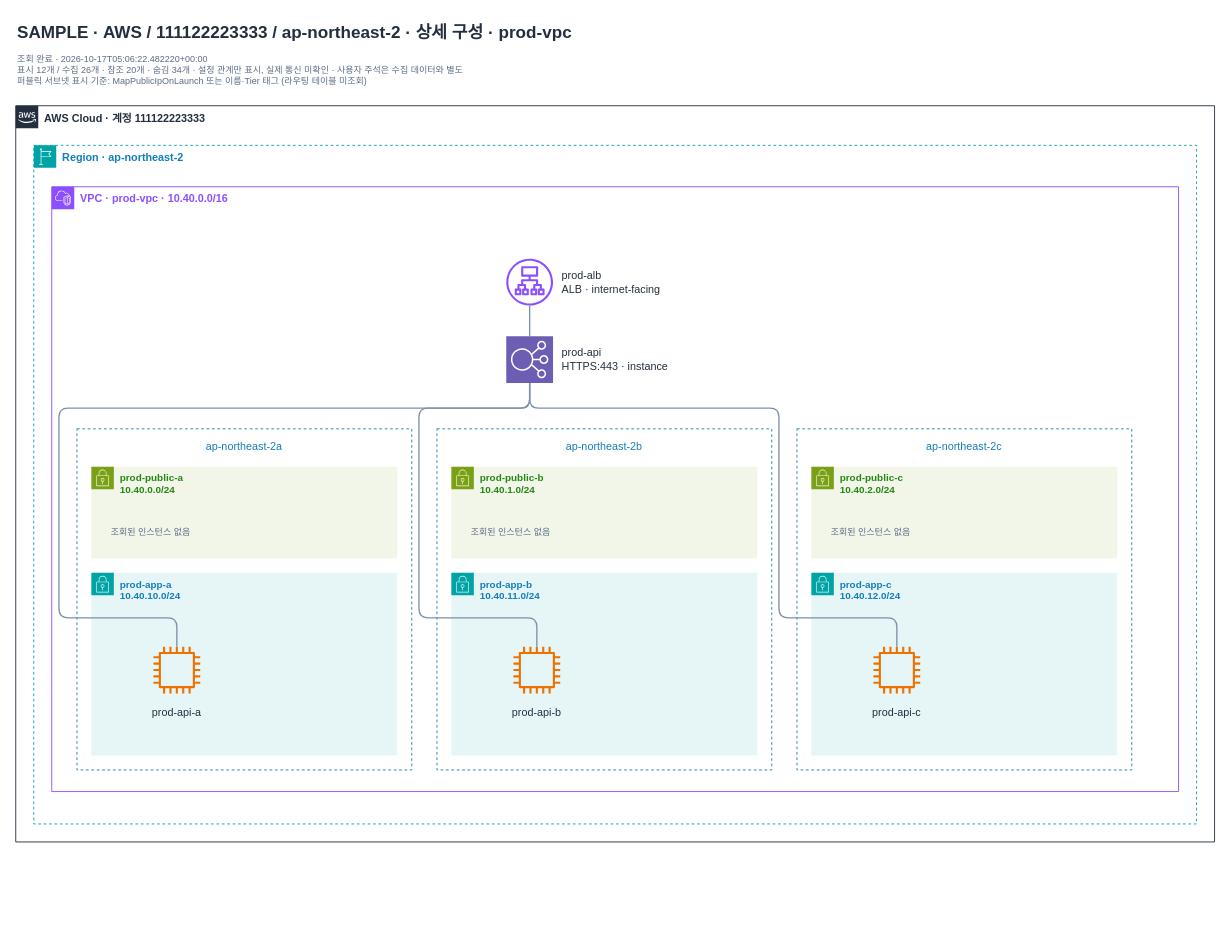
Earlier version of the draw.io diagram page "vpc-prod0000000000004" (2 of 4) of examples/samples/environments/topology.drawio (men16922/diagram-bot). Source tidied: cells renumbered, new cells numbered last; positions are measured from the earlier drawing's top-left corner, leaving out a move shared by most shapes. Both pictures are drawn from the tidied source at 90%, with x=0, y=0 at pixel (15, 15).
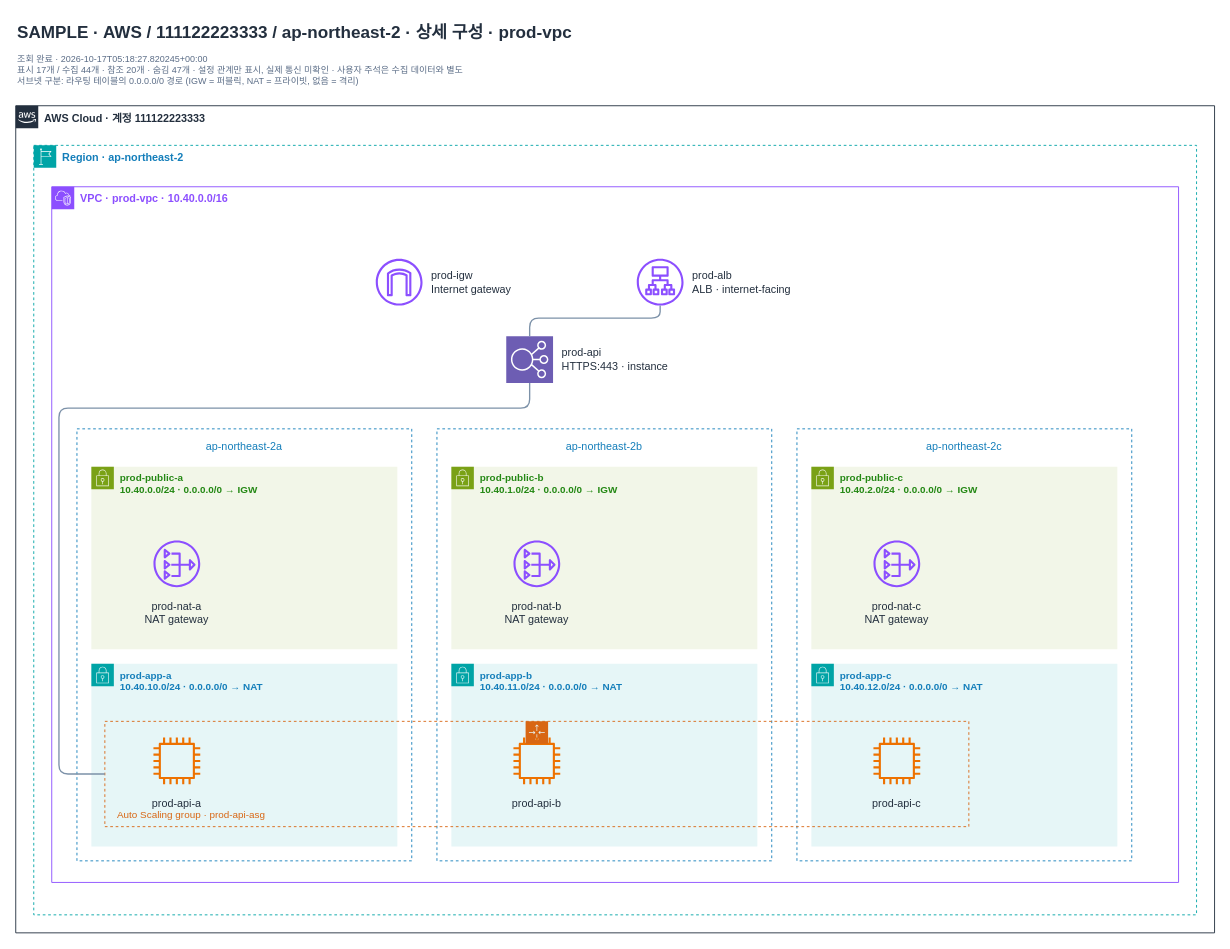
The same page after the edit.

Unchanged cells that the change refers to:
```xml
<mxCell id="8" value="prod-api&#10;HTTPS:443 · instance" style="html=0;fontFamily=Arial;fontSize=12;fontColor=#232F3E;whiteSpace=wrap;labelWidth=170;labelPosition=right;verticalLabelPosition=middle;align=left;verticalAlign=middle;spacingLeft=8;shape=mxgraph.aws4.resourceIcon;resIcon=mxgraph.aws4.elastic_load_balancing;fillColor=#6D5DB3;strokeColor=#FFFFFF;gradientColor=none;" parent="6" vertex="1">
  <mxGeometry x="505" y="166" width="52" height="52" as="geometry" />
</mxCell>
<mxCell id="13" value="prod-api-a" style="html=0;fontFamily=Arial;fontSize=12;fontColor=#232F3E;whiteSpace=wrap;labelWidth=140;align=center;verticalLabelPosition=bottom;verticalAlign=top;spacingTop=8;shape=mxgraph.aws4.instance2;fillColor=#ED7100;strokeColor=none;gradientColor=none;outlineConnect=0;" parent="12" vertex="1">
  <mxGeometry x="69" y="82" width="52" height="52" as="geometry" />
</mxCell>
<mxCell id="18" value="prod-api-b" style="html=0;fontFamily=Arial;fontSize=12;fontColor=#232F3E;whiteSpace=wrap;labelWidth=140;align=center;verticalLabelPosition=bottom;verticalAlign=top;spacingTop=8;shape=mxgraph.aws4.instance2;fillColor=#ED7100;strokeColor=none;gradientColor=none;outlineConnect=0;" parent="17" vertex="1">
  <mxGeometry x="69" y="82" width="52" height="52" as="geometry" />
</mxCell>
<mxCell id="23" value="prod-api-c" style="html=0;fontFamily=Arial;fontSize=12;fontColor=#232F3E;whiteSpace=wrap;labelWidth=140;align=center;verticalLabelPosition=bottom;verticalAlign=top;spacingTop=8;shape=mxgraph.aws4.instance2;fillColor=#ED7100;strokeColor=none;gradientColor=none;outlineConnect=0;" parent="22" vertex="1">
  <mxGeometry x="69" y="82" width="52" height="52" as="geometry" />
</mxCell>
```

Change to the diagram source:
```diff
@@
-    <mxCell id="3" value="조회 완료 · 2026-10-17T05:06:22.482220+00:00&#10;표시 12개 / 수집 26개 · 참조 20개 · 숨김 34개 · 설정 관계만 표시, 실제 통신 미확인 · 사용자 주석은 수집 데이터와 별도&#10;퍼블릭 서브넷 표시 기준: MapPublicIpOnLaunch 또는 이름·Tier 태그 (라우팅 테이블 미조회)" style="html=0;fontFamily=Arial;fontSize=12;fontColor=#232F3E;text;align=left;verticalAlign=top;whiteSpace=wrap;fontSize=10;fontColor=#5A6C86;strokeColor=none;fillColor=none;" parent="1" vertex="1">
+    <mxCell id="3" value="조회 완료 · 2026-10-17T05:18:27.820245+00:00&#10;표시 17개 / 수집 44개 · 참조 20개 · 숨김 47개 · 설정 관계만 표시, 실제 통신 미확인 · 사용자 주석은 수집 데이터와 별도&#10;서브넷 구분: 라우팅 테이블의 0.0.0.0/0 경로 (IGW = 퍼블릭, NAT = 프라이빗, 없음 = 격리)" style="html=0;fontFamily=Arial;fontSize=12;fontColor=#232F3E;text;align=left;verticalAlign=top;whiteSpace=wrap;fontSize=10;fontColor=#5A6C86;strokeColor=none;fillColor=none;" parent="1" vertex="1">
       <mxGeometry y="36" width="960" height="42" as="geometry" />
     </mxCell>
     <mxCell id="4" value="AWS Cloud · 계정 111122223333" style="html=0;fontFamily=Arial;fontSize=12;fontColor=#232F3E;gradientColor=none;whiteSpace=wrap;fontStyle=1;shape=mxgraph.aws4.group;verticalAlign=top;align=left;spacingLeft=30;grIcon=mxgraph.aws4.group_aws_cloud_alt;strokeColor=#232F3E;fillColor=none;fontColor=#232F3E;dashed=0;" parent="1" vertex="1">
-      <mxGeometry y="100" width="1332" height="818" as="geometry" />
+      <mxGeometry y="100" width="1332" height="919" as="geometry" />
     </mxCell>
     <mxCell id="5" value="Region · ap-northeast-2" style="html=0;fontFamily=Arial;fontSize=12;fontColor=#232F3E;gradientColor=none;whiteSpace=wrap;fontStyle=1;shape=mxgraph.aws4.group;verticalAlign=top;align=left;spacingLeft=30;grIcon=mxgraph.aws4.group_region;strokeColor=#00A4A6;fillColor=none;fontColor=#147EBA;dashed=1;" parent="4" vertex="1">
-      <mxGeometry x="20" y="44" width="1292" height="754" as="geometry" />
+      <mxGeometry x="20" y="44" width="1292" height="855" as="geometry" />
     </mxCell>
     <mxCell id="6" value="VPC  ·  prod-vpc  ·  10.40.0.0/16" style="html=0;fontFamily=Arial;fontSize=12;fontColor=#232F3E;gradientColor=none;whiteSpace=wrap;fontStyle=1;shape=mxgraph.aws4.group;verticalAlign=top;align=left;spacingLeft=30;grIcon=mxgraph.aws4.group_vpc2;strokeColor=#8C4FFF;fillColor=none;fontColor=#8C4FFF;dashed=0;" parent="5" vertex="1">
-      <mxGeometry x="20" y="46" width="1252" height="672" as="geometry" />
+      <mxGeometry x="20" y="46" width="1252" height="773" as="geometry" />
     </mxCell>
+    <mxCell id="28" value="prod-igw&#10;Internet gateway" style="html=0;fontFamily=Arial;fontSize=12;fontColor=#232F3E;whiteSpace=wrap;labelWidth=170;labelPosition=right;verticalLabelPosition=middle;align=left;verticalAlign=middle;spacingLeft=8;shape=mxgraph.aws4.internet_gateway;fillColor=#8C4FFF;strokeColor=none;gradientColor=none;" parent="6" vertex="1">
+      <mxGeometry x="360" y="80" width="52" height="52" as="geometry" />
+    </mxCell>
     <mxCell id="7" value="prod-alb&#10;ALB · internet-facing" style="html=0;fontFamily=Arial;fontSize=12;fontColor=#232F3E;whiteSpace=wrap;labelWidth=170;labelPosition=right;verticalLabelPosition=middle;align=left;verticalAlign=middle;spacingLeft=8;shape=mxgraph.aws4.application_load_balancer;fillColor=#8C4FFF;strokeColor=none;gradientColor=none;outlineConnect=0;" parent="6" vertex="1">
-      <mxGeometry x="505" y="80" width="52" height="52" as="geometry" />
+      <mxGeometry x="650" y="80" width="52" height="52" as="geometry" />
     </mxCell>
@@
     <mxCell id="9" value="ap-northeast-2a" style="html=0;fontFamily=Arial;fontSize=12;fontColor=#232F3E;whiteSpace=wrap;verticalAlign=top;fontStyle=0;fillColor=none;strokeColor=#147EBA;dashed=1;fontColor=#147EBA;align=center;spacingTop=6;" parent="6" vertex="1">
-      <mxGeometry x="28" y="269" width="372" height="379" as="geometry" />
+      <mxGeometry x="28" y="269" width="372" height="480" as="geometry" />
     </mxCell>
-    <mxCell id="10" value="prod-public-a&#10;10.40.0.0/24" style="html=0;fontFamily=Arial;fontSize=12;fontColor=#232F3E;gradientColor=none;whiteSpace=wrap;fontStyle=1;shape=mxgraph.aws4.group;verticalAlign=top;align=left;spacingLeft=30;grIcon=mxgraph.aws4.group_security_group;grStroke=0;strokeColor=#7AA116;fillColor=#F2F6E8;fontColor=#248814;dashed=0;fontSize=11;" parent="9" vertex="1">
-      <mxGeometry x="16" y="42" width="340" height="102" as="geometry" />
+    <mxCell id="10" value="prod-public-a&#10;10.40.0.0/24 · 0.0.0.0/0 → IGW" style="html=0;fontFamily=Arial;fontSize=12;fontColor=#232F3E;gradientColor=none;whiteSpace=wrap;fontStyle=1;shape=mxgraph.aws4.group;verticalAlign=top;align=left;spacingLeft=30;grIcon=mxgraph.aws4.group_security_group;grStroke=0;strokeColor=#7AA116;fillColor=#F2F6E8;fontColor=#248814;dashed=0;fontSize=11;" parent="9" vertex="1">
+      <mxGeometry x="16" y="42" width="340" height="203" as="geometry" />
     </mxCell>
-    <mxCell id="11" value="조회된 인스턴스 없음" style="html=0;fontFamily=Arial;fontSize=12;fontColor=#232F3E;text;align=left;verticalAlign=top;whiteSpace=wrap;fontSize=10;fontColor=#5A6C86;strokeColor=none;fillColor=none;" parent="10" vertex="1">
-      <mxGeometry x="20" y="60" width="300" height="30" as="geometry" />
-    </mxCell>
+    <mxCell id="29" value="prod-nat-a&#10;NAT gateway" style="html=0;fontFamily=Arial;fontSize=12;fontColor=#232F3E;whiteSpace=wrap;labelWidth=140;align=center;verticalLabelPosition=bottom;verticalAlign=top;spacingTop=8;shape=mxgraph.aws4.nat_gateway;fillColor=#8C4FFF;strokeColor=none;gradientColor=none;" parent="10" vertex="1">
+      <mxGeometry x="69" y="82" width="52" height="52" as="geometry" />
+    </mxCell>
-    <mxCell id="12" value="prod-app-a&#10;10.40.10.0/24" style="html=0;fontFamily=Arial;fontSize=12;fontColor=#232F3E;gradientColor=none;whiteSpace=wrap;fontStyle=1;shape=mxgraph.aws4.group;verticalAlign=top;align=left;spacingLeft=30;grIcon=mxgraph.aws4.group_security_group;grStroke=0;strokeColor=#00A4A6;fillColor=#E6F6F7;fontColor=#147EBA;dashed=0;fontSize=11;" parent="9" vertex="1">
-      <mxGeometry x="16" y="160" width="340" height="203" as="geometry" />
+    <mxCell id="12" value="prod-app-a&#10;10.40.10.0/24 · 0.0.0.0/0 → NAT" style="html=0;fontFamily=Arial;fontSize=12;fontColor=#232F3E;gradientColor=none;whiteSpace=wrap;fontStyle=1;shape=mxgraph.aws4.group;verticalAlign=top;align=left;spacingLeft=30;grIcon=mxgraph.aws4.group_security_group;grStroke=0;strokeColor=#00A4A6;fillColor=#E6F6F7;fontColor=#147EBA;dashed=0;fontSize=11;" parent="9" vertex="1">
+      <mxGeometry x="16" y="261" width="340" height="203" as="geometry" />
     </mxCell>
@@
     <mxCell id="14" value="ap-northeast-2b" style="html=0;fontFamily=Arial;fontSize=12;fontColor=#232F3E;whiteSpace=wrap;verticalAlign=top;fontStyle=0;fillColor=none;strokeColor=#147EBA;dashed=1;fontColor=#147EBA;align=center;spacingTop=6;" parent="6" vertex="1">
-      <mxGeometry x="428" y="269" width="372" height="379" as="geometry" />
+      <mxGeometry x="428" y="269" width="372" height="480" as="geometry" />
     </mxCell>
-    <mxCell id="15" value="prod-public-b&#10;10.40.1.0/24" style="html=0;fontFamily=Arial;fontSize=12;fontColor=#232F3E;gradientColor=none;whiteSpace=wrap;fontStyle=1;shape=mxgraph.aws4.group;verticalAlign=top;align=left;spacingLeft=30;grIcon=mxgraph.aws4.group_security_group;grStroke=0;strokeColor=#7AA116;fillColor=#F2F6E8;fontColor=#248814;dashed=0;fontSize=11;" parent="14" vertex="1">
-      <mxGeometry x="16" y="42" width="340" height="102" as="geometry" />
+    <mxCell id="15" value="prod-public-b&#10;10.40.1.0/24 · 0.0.0.0/0 → IGW" style="html=0;fontFamily=Arial;fontSize=12;fontColor=#232F3E;gradientColor=none;whiteSpace=wrap;fontStyle=1;shape=mxgraph.aws4.group;verticalAlign=top;align=left;spacingLeft=30;grIcon=mxgraph.aws4.group_security_group;grStroke=0;strokeColor=#7AA116;fillColor=#F2F6E8;fontColor=#248814;dashed=0;fontSize=11;" parent="14" vertex="1">
+      <mxGeometry x="16" y="42" width="340" height="203" as="geometry" />
     </mxCell>
-    <mxCell id="16" value="조회된 인스턴스 없음" style="html=0;fontFamily=Arial;fontSize=12;fontColor=#232F3E;text;align=left;verticalAlign=top;whiteSpace=wrap;fontSize=10;fontColor=#5A6C86;strokeColor=none;fillColor=none;" parent="15" vertex="1">
-      <mxGeometry x="20" y="60" width="300" height="30" as="geometry" />
-    </mxCell>
+    <mxCell id="30" value="prod-nat-b&#10;NAT gateway" style="html=0;fontFamily=Arial;fontSize=12;fontColor=#232F3E;whiteSpace=wrap;labelWidth=140;align=center;verticalLabelPosition=bottom;verticalAlign=top;spacingTop=8;shape=mxgraph.aws4.nat_gateway;fillColor=#8C4FFF;strokeColor=none;gradientColor=none;" parent="15" vertex="1">
+      <mxGeometry x="69" y="82" width="52" height="52" as="geometry" />
+    </mxCell>
-    <mxCell id="17" value="prod-app-b&#10;10.40.11.0/24" style="html=0;fontFamily=Arial;fontSize=12;fontColor=#232F3E;gradientColor=none;whiteSpace=wrap;fontStyle=1;shape=mxgraph.aws4.group;verticalAlign=top;align=left;spacingLeft=30;grIcon=mxgraph.aws4.group_security_group;grStroke=0;strokeColor=#00A4A6;fillColor=#E6F6F7;fontColor=#147EBA;dashed=0;fontSize=11;" parent="14" vertex="1">
-      <mxGeometry x="16" y="160" width="340" height="203" as="geometry" />
+    <mxCell id="17" value="prod-app-b&#10;10.40.11.0/24 · 0.0.0.0/0 → NAT" style="html=0;fontFamily=Arial;fontSize=12;fontColor=#232F3E;gradientColor=none;whiteSpace=wrap;fontStyle=1;shape=mxgraph.aws4.group;verticalAlign=top;align=left;spacingLeft=30;grIcon=mxgraph.aws4.group_security_group;grStroke=0;strokeColor=#00A4A6;fillColor=#E6F6F7;fontColor=#147EBA;dashed=0;fontSize=11;" parent="14" vertex="1">
+      <mxGeometry x="16" y="261" width="340" height="203" as="geometry" />
     </mxCell>
@@
     <mxCell id="19" value="ap-northeast-2c" style="html=0;fontFamily=Arial;fontSize=12;fontColor=#232F3E;whiteSpace=wrap;verticalAlign=top;fontStyle=0;fillColor=none;strokeColor=#147EBA;dashed=1;fontColor=#147EBA;align=center;spacingTop=6;" parent="6" vertex="1">
-      <mxGeometry x="828" y="269" width="372" height="379" as="geometry" />
+      <mxGeometry x="828" y="269" width="372" height="480" as="geometry" />
     </mxCell>
-    <mxCell id="20" value="prod-public-c&#10;10.40.2.0/24" style="html=0;fontFamily=Arial;fontSize=12;fontColor=#232F3E;gradientColor=none;whiteSpace=wrap;fontStyle=1;shape=mxgraph.aws4.group;verticalAlign=top;align=left;spacingLeft=30;grIcon=mxgraph.aws4.group_security_group;grStroke=0;strokeColor=#7AA116;fillColor=#F2F6E8;fontColor=#248814;dashed=0;fontSize=11;" parent="19" vertex="1">
-      <mxGeometry x="16" y="42" width="340" height="102" as="geometry" />
+    <mxCell id="20" value="prod-public-c&#10;10.40.2.0/24 · 0.0.0.0/0 → IGW" style="html=0;fontFamily=Arial;fontSize=12;fontColor=#232F3E;gradientColor=none;whiteSpace=wrap;fontStyle=1;shape=mxgraph.aws4.group;verticalAlign=top;align=left;spacingLeft=30;grIcon=mxgraph.aws4.group_security_group;grStroke=0;strokeColor=#7AA116;fillColor=#F2F6E8;fontColor=#248814;dashed=0;fontSize=11;" parent="19" vertex="1">
+      <mxGeometry x="16" y="42" width="340" height="203" as="geometry" />
     </mxCell>
-    <mxCell id="21" value="조회된 인스턴스 없음" style="html=0;fontFamily=Arial;fontSize=12;fontColor=#232F3E;text;align=left;verticalAlign=top;whiteSpace=wrap;fontSize=10;fontColor=#5A6C86;strokeColor=none;fillColor=none;" parent="20" vertex="1">
-      <mxGeometry x="20" y="60" width="300" height="30" as="geometry" />
-    </mxCell>
+    <mxCell id="31" value="prod-nat-c&#10;NAT gateway" style="html=0;fontFamily=Arial;fontSize=12;fontColor=#232F3E;whiteSpace=wrap;labelWidth=140;align=center;verticalLabelPosition=bottom;verticalAlign=top;spacingTop=8;shape=mxgraph.aws4.nat_gateway;fillColor=#8C4FFF;strokeColor=none;gradientColor=none;" parent="20" vertex="1">
+      <mxGeometry x="69" y="82" width="52" height="52" as="geometry" />
+    </mxCell>
-    <mxCell id="22" value="prod-app-c&#10;10.40.12.0/24" style="html=0;fontFamily=Arial;fontSize=12;fontColor=#232F3E;gradientColor=none;whiteSpace=wrap;fontStyle=1;shape=mxgraph.aws4.group;verticalAlign=top;align=left;spacingLeft=30;grIcon=mxgraph.aws4.group_security_group;grStroke=0;strokeColor=#00A4A6;fillColor=#E6F6F7;fontColor=#147EBA;dashed=0;fontSize=11;" parent="19" vertex="1">
-      <mxGeometry x="16" y="160" width="340" height="203" as="geometry" />
+    <mxCell id="22" value="prod-app-c&#10;10.40.12.0/24 · 0.0.0.0/0 → NAT" style="html=0;fontFamily=Arial;fontSize=12;fontColor=#232F3E;gradientColor=none;whiteSpace=wrap;fontStyle=1;shape=mxgraph.aws4.group;verticalAlign=top;align=left;spacingLeft=30;grIcon=mxgraph.aws4.group_security_group;grStroke=0;strokeColor=#00A4A6;fillColor=#E6F6F7;fontColor=#147EBA;dashed=0;fontSize=11;" parent="19" vertex="1">
+      <mxGeometry x="16" y="261" width="340" height="203" as="geometry" />
     </mxCell>
@@
-    <mxCell id="24" style="exitX=0.5;exitY=1;entryX=0.500;entryY=0;edgeStyle=orthogonalEdgeStyle;rounded=1;html=0;fontFamily=Arial;fontSize=9;fontColor=#536A82;strokeColor=#7C91A8;strokeWidth=1.5;endArrow=none;labelBackgroundColor=#FFFFFF;" parent="1" edge="1" source="8" target="18">
-      <mxGeometry relative="1" as="geometry">
-        <Array as="points">
-          <mxPoint x="571" y="436" />
-          <mxPoint x="448" y="436" />
-          <mxPoint x="448" y="669" />
-          <mxPoint x="579" y="669" />
-        </Array>
-      </mxGeometry>
-    </mxCell>
-    <mxCell id="25" style="exitX=0.5;exitY=1;entryX=0.500;entryY=0;edgeStyle=orthogonalEdgeStyle;rounded=1;html=0;fontFamily=Arial;fontSize=9;fontColor=#536A82;strokeColor=#7C91A8;strokeWidth=1.5;endArrow=none;labelBackgroundColor=#FFFFFF;" parent="1" edge="1" source="8" target="23">
-      <mxGeometry relative="1" as="geometry">
-        <Array as="points">
-          <mxPoint x="571" y="436" />
-          <mxPoint x="848" y="436" />
-          <mxPoint x="848" y="669" />
-          <mxPoint x="979" y="669" />
-        </Array>
-      </mxGeometry>
-    </mxCell>
+    <mxCell id="32" value="Auto Scaling group · prod-api-asg" style="html=0;fontFamily=Arial;fontSize=12;fontColor=#232F3E;outlineConnect=0;gradientColor=none;whiteSpace=wrap;shape=mxgraph.aws4.groupCenter;grIcon=mxgraph.aws4.group_auto_scaling_group;grStroke=1;strokeColor=#D86613;fillColor=none;fontColor=#D86613;dashed=1;align=left;spacingLeft=12;verticalAlign=bottom;spacingBottom=4;fontSize=11;" parent="6" vertex="1">
+      <mxGeometry x="59" y="594" width="960" height="117" as="geometry" />
+    </mxCell>
+    <mxCell id="33" style="exitX=0;exitY=0.500;entryX=0.5;entryY=1;edgeStyle=orthogonalEdgeStyle;rounded=1;html=0;fontFamily=Arial;fontSize=9;fontColor=#536A82;strokeColor=#7C91A8;strokeWidth=1.5;endArrow=none;labelBackgroundColor=#FFFFFF;" parent="1" edge="1" source="32" target="8">
+      <mxGeometry relative="1" as="geometry">
+        <Array as="points">
+          <mxPoint x="48" y="842.5" />
+          <mxPoint x="48" y="436" />
+          <mxPoint x="571" y="436" />
+        </Array>
+      </mxGeometry>
+    </mxCell>
     <mxCell id="26" style="exitX=0.5;exitY=0;entryX=0.5;entryY=1;edgeStyle=orthogonalEdgeStyle;rounded=1;html=0;fontFamily=Arial;fontSize=9;fontColor=#536A82;strokeColor=#7C91A8;strokeWidth=1.5;endArrow=none;labelBackgroundColor=#FFFFFF;" parent="1" edge="1" source="8" target="7">
       <mxGeometry relative="1" as="geometry">
         <Array as="points">
-          <mxPoint x="571" y="330" />
-          <mxPoint x="571" y="330" />
+          <mxPoint x="571" y="336" />
+          <mxPoint x="716" y="336" />
         </Array>
       </mxGeometry>
     </mxCell>
-    <mxCell id="27" style="exitX=0.5;exitY=1;entryX=0.500;entryY=0;edgeStyle=orthogonalEdgeStyle;rounded=1;html=0;fontFamily=Arial;fontSize=9;fontColor=#536A82;strokeColor=#7C91A8;strokeWidth=1.5;endArrow=none;labelBackgroundColor=#FFFFFF;" parent="1" edge="1" source="8" target="13">
-      <mxGeometry relative="1" as="geometry">
-        <Array as="points">
-          <mxPoint x="571" y="436" />
-          <mxPoint x="48" y="436" />
-          <mxPoint x="48" y="669" />
-          <mxPoint x="179" y="669" />
-        </Array>
-      </mxGeometry>
-    </mxCell>
```
